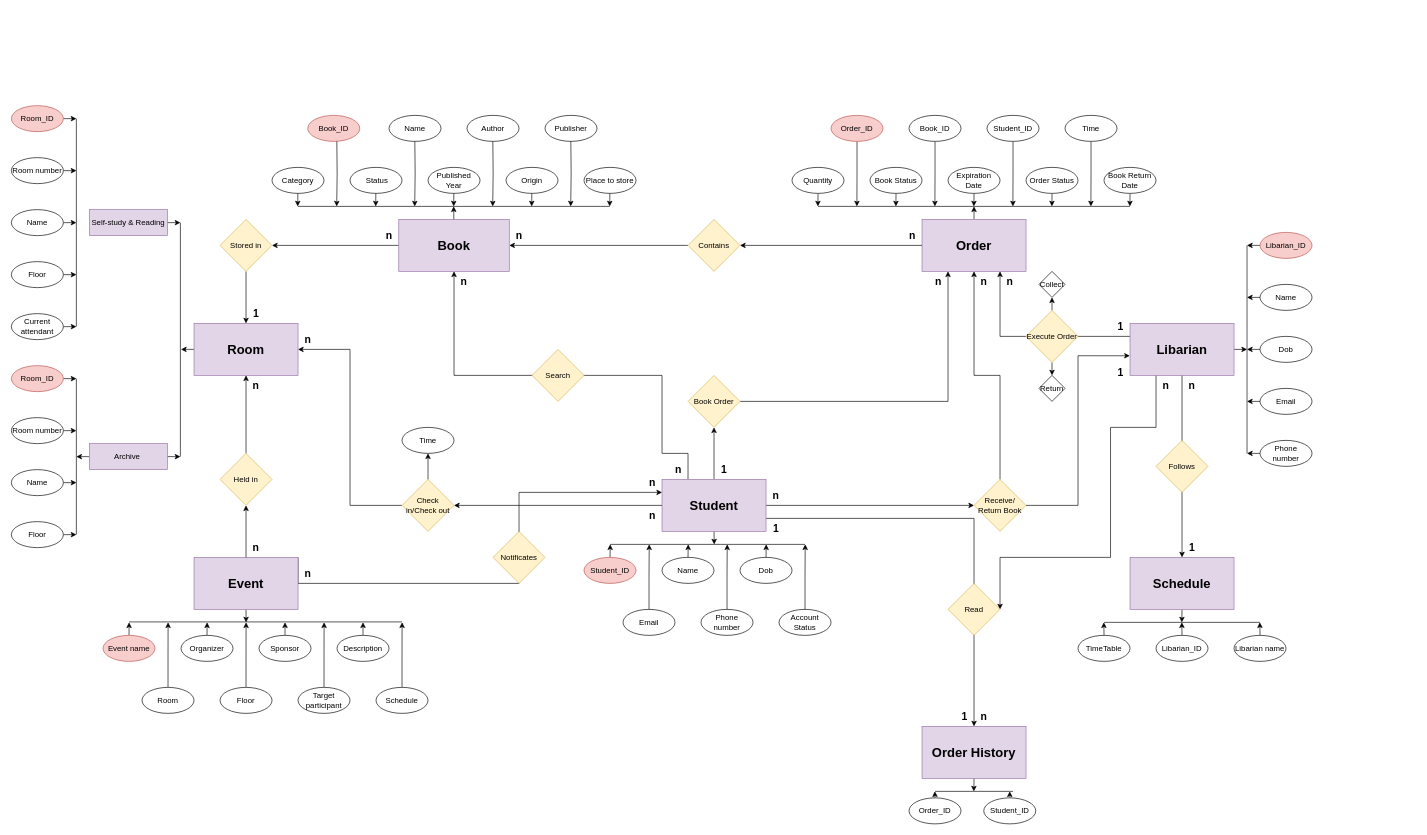
Before: erd.drawio in Dovanvu09/LibraryManagement, a draw.io diagram. Source tidied: cells renumbered, new cells numbered last; positions are measured from the earlier drawing's top-left corner, leaving out a move shared by most shapes. Both pictures are drawn from the tidied source at 65%, with x=0, y=0 at pixel (11, 105).
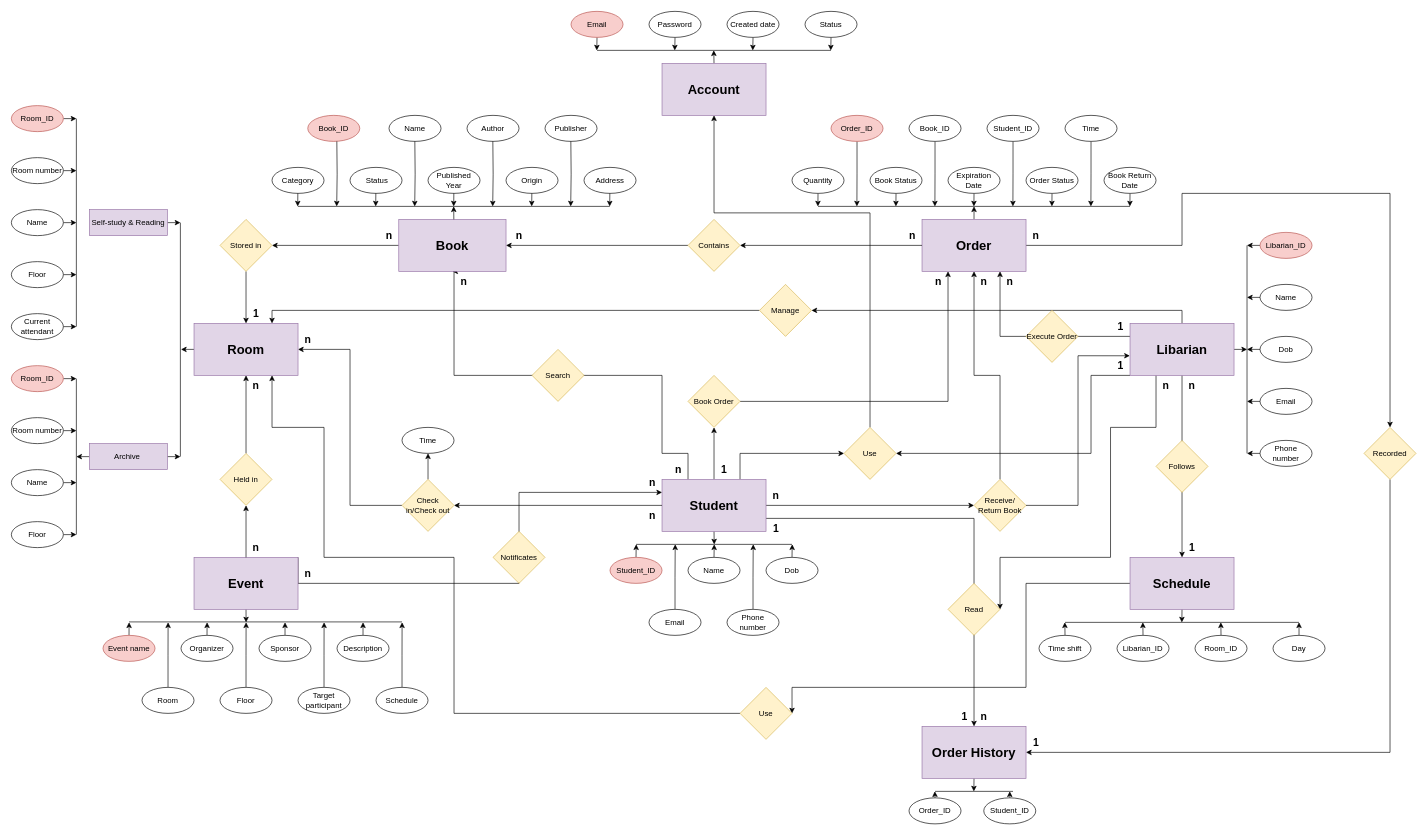
After the change.

Commit message (it also covers changes not shown here):
Cập nhật erd.drawio

The change refers to these unchanged cells:
```xml
<mxCell id="8" value="&lt;b&gt;&lt;font style=&quot;font-size: 20px;&quot;&gt;Student&lt;/font&gt;&lt;/b&gt;" style="rounded=0;whiteSpace=wrap;html=1;fillColor=#e1d5e7;strokeColor=#9673a6;" parent="1" vertex="1">
  <mxGeometry x="1001" y="575" width="160" height="80" as="geometry" />
</mxCell>
<mxCell id="15" value="&lt;b&gt;&lt;font style=&quot;font-size: 20px;&quot;&gt;Libarian&lt;/font&gt;&lt;/b&gt;" style="rounded=0;whiteSpace=wrap;html=1;fillColor=#e1d5e7;strokeColor=#9673a6;" parent="1" vertex="1">
  <mxGeometry x="1721" y="335" width="160" height="80" as="geometry" />
</mxCell>
<mxCell id="17" value="&lt;b&gt;&lt;font style=&quot;font-size: 20px;&quot;&gt;Room&lt;/font&gt;&lt;/b&gt;" style="rounded=0;whiteSpace=wrap;html=1;fillColor=#e1d5e7;strokeColor=#9673a6;" parent="1" vertex="1">
  <mxGeometry x="281" y="335" width="160" height="80" as="geometry" />
</mxCell>
<mxCell id="57" value="&lt;font style=&quot;font-size: 20px;&quot;&gt;&lt;b&gt;Schedule&lt;/b&gt;&lt;/font&gt;" style="rounded=0;whiteSpace=wrap;html=1;fillColor=#e1d5e7;strokeColor=#9673a6;" parent="1" vertex="1">
  <mxGeometry x="1721" y="695" width="160" height="80" as="geometry" />
</mxCell>
<mxCell id="84" value="&lt;b&gt;&lt;font style=&quot;font-size: 20px;&quot;&gt;Order&lt;/font&gt;&lt;/b&gt;" style="rounded=0;whiteSpace=wrap;html=1;fillColor=#e1d5e7;strokeColor=#9673a6;" parent="1" vertex="1">
  <mxGeometry x="1401" y="175" width="160" height="80" as="geometry" />
</mxCell>
<mxCell id="105" value="Execute Order" style="rhombus;whiteSpace=wrap;html=1;fillColor=#fff2cc;strokeColor=#d6b656;" parent="1" vertex="1">
  <mxGeometry x="1561" y="315" width="80" height="80" as="geometry" />
</mxCell>
<mxCell id="166" value="&lt;b&gt;&lt;font style=&quot;font-size: 20px;&quot;&gt;Order History&lt;/font&gt;&lt;/b&gt;" style="rounded=0;whiteSpace=wrap;html=1;fillColor=#e1d5e7;strokeColor=#9673a6;" parent="1" vertex="1">
  <mxGeometry x="1401" y="955" width="160" height="80" as="geometry" />
</mxCell>
```

The edit, as a diff of the source:
```diff
@@
+    <mxCell id="196" style="edgeStyle=orthogonalEdgeStyle;rounded=0;jettySize=auto;html=1;exitX=0.75;exitY=0;exitDx=0;exitDy=0;entryX=0;entryY=0.5;entryDx=0;entryDy=0;" parent="1" edge="1" source="8" target="223">
+      <mxGeometry relative="1" as="geometry" />
+    </mxCell>
@@
     <mxCell id="10" value="&lt;font style=&quot;font-size: 20px;&quot;&gt;&lt;b&gt;Book&lt;/b&gt;&lt;/font&gt;" style="rounded=0;whiteSpace=wrap;html=1;fillColor=#e1d5e7;strokeColor=#9673a6;" parent="1" vertex="1">
-      <mxGeometry x="596" y="175" width="170" height="80" as="geometry" />
+      <mxGeometry x="596" y="175" width="165" height="80" as="geometry" />
     </mxCell>
@@
+    <mxCell id="197" style="edgeStyle=orthogonalEdgeStyle;rounded=0;jettySize=auto;html=1;exitX=0.5;exitY=0;exitDx=0;exitDy=0;entryX=1;entryY=0.5;entryDx=0;entryDy=0;" parent="1" edge="1" source="15" target="204">
+      <mxGeometry relative="1" as="geometry" />
+    </mxCell>
+    <mxCell id="198" style="edgeStyle=orthogonalEdgeStyle;rounded=0;jettySize=auto;html=1;exitX=0;exitY=1;exitDx=0;exitDy=0;entryX=1;entryY=0.5;entryDx=0;entryDy=0;" parent="1" edge="1" source="15" target="223">
+      <mxGeometry relative="1" as="geometry">
+        <Array as="points">
+          <mxPoint x="1661" y="415" />
+          <mxPoint x="1661" y="535" />
+        </Array>
+      </mxGeometry>
+    </mxCell>
@@
     <mxCell id="18" style="edgeStyle=orthogonalEdgeStyle;rounded=0;jettySize=auto;html=1;exitX=0.5;exitY=0;exitDx=0;exitDy=0;" parent="1" edge="1" source="19">
       <mxGeometry relative="1" as="geometry">
-        <mxPoint x="921.3" y="675" as="targetPoint" />
+        <mxPoint x="961.3" y="675" as="targetPoint" />
       </mxGeometry>
     </mxCell>
     <mxCell id="19" value="Student_ID" style="ellipse;whiteSpace=wrap;html=1;fillColor=#f8cecc;strokeColor=#b85450;" parent="1" vertex="1">
-      <mxGeometry x="881" y="695" width="80" height="40" as="geometry" />
+      <mxGeometry x="921" y="695" width="80" height="40" as="geometry" />
     </mxCell>
     <mxCell id="20" style="edgeStyle=orthogonalEdgeStyle;rounded=0;jettySize=auto;html=1;exitX=0.5;exitY=0;exitDx=0;exitDy=0;" parent="1" edge="1" source="21">
       <mxGeometry relative="1" as="geometry">
-        <mxPoint x="1041.3" y="675" as="targetPoint" />
+        <mxPoint x="1081.3" y="675" as="targetPoint" />
       </mxGeometry>
     </mxCell>
     <mxCell id="21" value="Name" style="ellipse;whiteSpace=wrap;html=1;" parent="1" vertex="1">
-      <mxGeometry x="1001" y="695" width="80" height="40" as="geometry" />
+      <mxGeometry x="1041" y="695" width="80" height="40" as="geometry" />
     </mxCell>
@@
     <mxCell id="24" style="edgeStyle=orthogonalEdgeStyle;rounded=0;jettySize=auto;html=1;exitX=0.5;exitY=0;exitDx=0;exitDy=0;" parent="1" edge="1" source="25">
       <mxGeometry relative="1" as="geometry">
-        <mxPoint x="1101.3" y="675" as="targetPoint" />
+        <mxPoint x="1141.3" y="675" as="targetPoint" />
       </mxGeometry>
     </mxCell>
     <mxCell id="25" value="Phone number" style="ellipse;whiteSpace=wrap;html=1;" parent="1" vertex="1">
-      <mxGeometry x="1061" y="775" width="80" height="40" as="geometry" />
+      <mxGeometry x="1101" y="775" width="80" height="40" as="geometry" />
     </mxCell>
     <mxCell id="26" style="edgeStyle=orthogonalEdgeStyle;rounded=0;jettySize=auto;html=1;exitX=0.5;exitY=0;exitDx=0;exitDy=0;" parent="1" edge="1" source="27">
       <mxGeometry relative="1" as="geometry">
-        <mxPoint x="981.3" y="675" as="targetPoint" />
+        <mxPoint x="1021.3" y="675" as="targetPoint" />
       </mxGeometry>
     </mxCell>
     <mxCell id="27" value="Email" style="ellipse;whiteSpace=wrap;html=1;" parent="1" vertex="1">
-      <mxGeometry x="941" y="775" width="80" height="40" as="geometry" />
+      <mxGeometry x="981" y="775" width="80" height="40" as="geometry" />
     </mxCell>
     <mxCell id="28" style="edgeStyle=orthogonalEdgeStyle;rounded=0;jettySize=auto;html=1;exitX=0.5;exitY=0;exitDx=0;exitDy=0;" parent="1" edge="1" source="29">
       <mxGeometry relative="1" as="geometry">
-        <mxPoint x="1161.3" y="675" as="targetPoint" />
+        <mxPoint x="1201.3" y="675" as="targetPoint" />
       </mxGeometry>
     </mxCell>
     <mxCell id="29" value="Dob" style="ellipse;whiteSpace=wrap;html=1;" parent="1" vertex="1">
-      <mxGeometry x="1121" y="695" width="80" height="40" as="geometry" />
+      <mxGeometry x="1161" y="695" width="80" height="40" as="geometry" />
     </mxCell>
-    <mxCell id="30" style="edgeStyle=orthogonalEdgeStyle;rounded=0;jettySize=auto;html=1;exitX=0.5;exitY=0;exitDx=0;exitDy=0;" parent="1" edge="1" source="31">
-      <mxGeometry relative="1" as="geometry">
-        <mxPoint x="1221.3" y="675" as="targetPoint" />
-      </mxGeometry>
-    </mxCell>
-    <mxCell id="31" value="Account Status" style="ellipse;whiteSpace=wrap;html=1;" parent="1" vertex="1">
-      <mxGeometry x="1181" y="775" width="80" height="40" as="geometry" />
-    </mxCell>
@@
+    <mxCell id="199" style="edgeStyle=orthogonalEdgeStyle;rounded=0;jettySize=auto;html=1;exitX=0;exitY=0.5;exitDx=0;exitDy=0;entryX=1;entryY=0.5;entryDx=0;entryDy=0;" parent="1" edge="1" source="57" target="208">
+      <mxGeometry relative="1" as="geometry">
+        <Array as="points">
+          <mxPoint x="1561" y="735" />
+          <mxPoint x="1561" y="895" />
+          <mxPoint x="1201" y="895" />
+        </Array>
+      </mxGeometry>
+    </mxCell>
@@
     <mxCell id="58" style="edgeStyle=orthogonalEdgeStyle;rounded=0;jettySize=auto;html=1;exitX=0.5;exitY=0;exitDx=0;exitDy=0;" parent="1" edge="1" source="59">
       <mxGeometry relative="1" as="geometry">
-        <mxPoint x="1920.7" y="795" as="targetPoint" />
+        <mxPoint x="1860.7" y="795" as="targetPoint" />
       </mxGeometry>
     </mxCell>
-    <mxCell id="59" value="Libarian name" style="ellipse;whiteSpace=wrap;html=1;" parent="1" vertex="1">
-      <mxGeometry x="1881" y="815" width="80" height="40" as="geometry" />
+    <mxCell id="59" value="Room_ID" style="ellipse;whiteSpace=wrap;html=1;" parent="1" vertex="1">
+      <mxGeometry x="1821" y="815" width="80" height="40" as="geometry" />
     </mxCell>
     <mxCell id="60" style="edgeStyle=orthogonalEdgeStyle;rounded=0;jettySize=auto;html=1;exitX=0.5;exitY=0;exitDx=0;exitDy=0;" parent="1" edge="1" source="61">
       <mxGeometry relative="1" as="geometry">
-        <mxPoint x="1800.7" y="795" as="targetPoint" />
+        <mxPoint x="1740.7" y="795" as="targetPoint" />
       </mxGeometry>
     </mxCell>
     <mxCell id="61" value="Libarian_ID" style="ellipse;whiteSpace=wrap;html=1;" parent="1" vertex="1">
-      <mxGeometry x="1761" y="815" width="80" height="40" as="geometry" />
+      <mxGeometry x="1701" y="815" width="80" height="40" as="geometry" />
     </mxCell>
     <mxCell id="62" style="edgeStyle=orthogonalEdgeStyle;rounded=0;jettySize=auto;html=1;exitX=0.5;exitY=0;exitDx=0;exitDy=0;" parent="1" edge="1" source="63">
       <mxGeometry relative="1" as="geometry">
-        <mxPoint x="1680.7" y="795" as="targetPoint" />
+        <mxPoint x="1620.7" y="795" as="targetPoint" />
       </mxGeometry>
     </mxCell>
-    <mxCell id="63" value="TimeTable" style="ellipse;whiteSpace=wrap;html=1;" parent="1" vertex="1">
-      <mxGeometry x="1641" y="815" width="80" height="40" as="geometry" />
+    <mxCell id="63" value="Time shift" style="ellipse;whiteSpace=wrap;html=1;" parent="1" vertex="1">
+      <mxGeometry x="1581" y="815" width="80" height="40" as="geometry" />
     </mxCell>
@@
+    <mxCell id="200" style="edgeStyle=orthogonalEdgeStyle;rounded=0;jettySize=auto;html=1;exitX=1;exitY=0.5;exitDx=0;exitDy=0;entryX=0.5;entryY=0;entryDx=0;entryDy=0;" parent="1" edge="1" source="84" target="210">
+      <mxGeometry relative="1" as="geometry">
+        <Array as="points">
+          <mxPoint x="1801" y="215" />
+          <mxPoint x="1801" y="135" />
+          <mxPoint x="2121" y="135" />
+        </Array>
+      </mxGeometry>
+    </mxCell>
@@
-    <mxCell id="103" style="edgeStyle=orthogonalEdgeStyle;rounded=0;jettySize=auto;html=1;exitX=0.5;exitY=0;exitDx=0;exitDy=0;entryX=0.5;entryY=1;entryDx=0;entryDy=0;" parent="1" edge="1" source="105" target="162">
-      <mxGeometry relative="1" as="geometry" />
-    </mxCell>
-    <mxCell id="104" style="edgeStyle=orthogonalEdgeStyle;rounded=0;jettySize=auto;html=1;exitX=0.5;exitY=1;exitDx=0;exitDy=0;entryX=0.5;entryY=0;entryDx=0;entryDy=0;" parent="1" edge="1" source="105" target="163">
-      <mxGeometry relative="1" as="geometry" />
-    </mxCell>
@@
-    <mxCell id="123" value="Place to store" style="ellipse;whiteSpace=wrap;html=1;" parent="1" vertex="1">
+    <mxCell id="123" value="Address" style="ellipse;whiteSpace=wrap;html=1;" parent="1" vertex="1">
       <mxGeometry x="881" y="95" width="80" height="40" as="geometry" />
     </mxCell>
@@
     <mxCell id="136" style="endArrow=none;html=1;rounded=0;" parent="1" edge="1">
       <mxGeometry relative="1" as="geometry">
-        <mxPoint x="921" y="675" as="sourcePoint" />
-        <mxPoint x="1221" y="675" as="targetPoint" />
+        <mxPoint x="961" y="675" as="sourcePoint" />
+        <mxPoint x="1201" y="675" as="targetPoint" />
       </mxGeometry>
     </mxCell>
@@
     <mxCell id="138" style="endArrow=none;html=1;rounded=0;" parent="1" edge="1">
       <mxGeometry relative="1" as="geometry">
-        <mxPoint x="1681" y="795" as="sourcePoint" />
-        <mxPoint x="1921" y="795" as="targetPoint" />
+        <mxPoint x="1621" y="795" as="sourcePoint" />
+        <mxPoint x="1981" y="795" as="targetPoint" />
       </mxGeometry>
     </mxCell>
@@
     <mxCell id="148" value="&lt;b&gt;&lt;font style=&quot;font-size: 16px;&quot;&gt;1&lt;/font&gt;&lt;/b&gt;" style="text;html=1;align=center;verticalAlign=middle;strokeColor=none;fillColor=none;" parent="1" vertex="1">
-      <mxGeometry x="1691" y="395" width="30" height="30" as="geometry" />
+      <mxGeometry x="1691" y="385" width="30" height="30" as="geometry" />
     </mxCell>
@@
-    <mxCell id="162" value="Collect" style="rhombus;whiteSpace=wrap;html=1;" parent="1" vertex="1">
-      <mxGeometry x="1581" y="255" width="40" height="40" as="geometry" />
-    </mxCell>
-    <mxCell id="163" value="Return" style="rhombus;whiteSpace=wrap;html=1;" parent="1" vertex="1">
-      <mxGeometry x="1581" y="415" width="40" height="40" as="geometry" />
-    </mxCell>
@@
+    <mxCell id="201" style="edgeStyle=orthogonalEdgeStyle;rounded=0;jettySize=auto;html=1;exitX=0.5;exitY=0;exitDx=0;exitDy=0;" parent="1" edge="1" source="202">
+      <mxGeometry relative="1" as="geometry">
+        <mxPoint x="1981" y="795" as="targetPoint" />
+      </mxGeometry>
+    </mxCell>
+    <mxCell id="202" value="Day" style="ellipse;whiteSpace=wrap;html=1;" parent="1" vertex="1">
+      <mxGeometry x="1941" y="815" width="80" height="40" as="geometry" />
+    </mxCell>
+    <mxCell id="203" style="edgeStyle=orthogonalEdgeStyle;rounded=0;jettySize=auto;html=1;exitX=0;exitY=0.5;exitDx=0;exitDy=0;entryX=0.75;entryY=0;entryDx=0;entryDy=0;" parent="1" edge="1" source="204" target="17">
+      <mxGeometry relative="1" as="geometry">
+        <Array as="points">
+          <mxPoint x="401" y="315" />
+        </Array>
+      </mxGeometry>
+    </mxCell>
+    <mxCell id="204" value="Manage" style="rhombus;whiteSpace=wrap;html=1;fillColor=#fff2cc;strokeColor=#d6b656;" parent="1" vertex="1">
+      <mxGeometry x="1151" y="275" width="80" height="80" as="geometry" />
+    </mxCell>
+    <mxCell id="205" value="&lt;b&gt;&lt;font style=&quot;font-size: 16px;&quot;&gt;1&lt;/font&gt;&lt;/b&gt;" style="text;html=1;align=center;verticalAlign=middle;strokeColor=none;fillColor=none;" parent="1" vertex="1">
+      <mxGeometry x="1561" y="965" width="30" height="30" as="geometry" />
+    </mxCell>
+    <mxCell id="206" value="&lt;b&gt;&lt;font style=&quot;font-size: 16px;&quot;&gt;n&lt;/font&gt;&lt;/b&gt;" style="text;html=1;align=center;verticalAlign=middle;strokeColor=none;fillColor=none;" parent="1" vertex="1">
+      <mxGeometry x="1561" y="185" width="30" height="30" as="geometry" />
+    </mxCell>
+    <mxCell id="207" style="edgeStyle=orthogonalEdgeStyle;rounded=0;jettySize=auto;html=1;exitX=0;exitY=0.5;exitDx=0;exitDy=0;entryX=0.75;entryY=1;entryDx=0;entryDy=0;" parent="1" edge="1" source="208" target="17">
+      <mxGeometry relative="1" as="geometry">
+        <Array as="points">
+          <mxPoint x="681" y="935" />
+          <mxPoint x="681" y="695" />
+          <mxPoint x="481" y="695" />
+          <mxPoint x="481" y="495" />
+          <mxPoint x="401" y="495" />
+        </Array>
+      </mxGeometry>
+    </mxCell>
+    <mxCell id="208" value="Use" style="rhombus;whiteSpace=wrap;html=1;fillColor=#fff2cc;strokeColor=#d6b656;" parent="1" vertex="1">
+      <mxGeometry x="1121" y="895" width="80" height="80" as="geometry" />
+    </mxCell>
+    <mxCell id="209" style="edgeStyle=orthogonalEdgeStyle;rounded=0;jettySize=auto;html=1;exitX=0.5;exitY=1;exitDx=0;exitDy=0;entryX=1;entryY=0.5;entryDx=0;entryDy=0;" parent="1" edge="1" source="210" target="166">
+      <mxGeometry relative="1" as="geometry" />
+    </mxCell>
+    <mxCell id="210" value="Recorded" style="rhombus;whiteSpace=wrap;html=1;fillColor=#fff2cc;strokeColor=#d6b656;" parent="1" vertex="1">
+      <mxGeometry x="2081" y="495" width="80" height="80" as="geometry" />
+    </mxCell>
+    <mxCell id="211" style="edgeStyle=orthogonalEdgeStyle;rounded=0;jettySize=auto;html=1;exitX=0.5;exitY=0;exitDx=0;exitDy=0;" parent="1" edge="1" source="212">
+      <mxGeometry relative="1" as="geometry">
+        <mxPoint x="1080.6" y="-85" as="targetPoint" />
+      </mxGeometry>
+    </mxCell>
+    <mxCell id="212" value="&lt;font style=&quot;font-size: 20px;&quot;&gt;&lt;b&gt;Account&lt;/b&gt;&lt;/font&gt;" style="rounded=0;whiteSpace=wrap;html=1;fillColor=#e1d5e7;strokeColor=#9673a6;" parent="1" vertex="1">
+      <mxGeometry x="1001" y="-65" width="160" height="80" as="geometry" />
+    </mxCell>
+    <mxCell id="213" style="edgeStyle=orthogonalEdgeStyle;rounded=0;jettySize=auto;html=1;exitX=0.5;exitY=1;exitDx=0;exitDy=0;" parent="1" edge="1" source="214">
+      <mxGeometry relative="1" as="geometry">
+        <mxPoint x="1020.6" y="-85" as="targetPoint" />
+      </mxGeometry>
+    </mxCell>
+    <mxCell id="214" value="Password" style="ellipse;whiteSpace=wrap;html=1;" parent="1" vertex="1">
+      <mxGeometry x="981" y="-145" width="80" height="40" as="geometry" />
+    </mxCell>
+    <mxCell id="215" style="edgeStyle=orthogonalEdgeStyle;rounded=0;jettySize=auto;html=1;exitX=0.5;exitY=1;exitDx=0;exitDy=0;" parent="1" edge="1" source="216">
+      <mxGeometry relative="1" as="geometry">
+        <mxPoint x="1140.6" y="-85" as="targetPoint" />
+      </mxGeometry>
+    </mxCell>
+    <mxCell id="216" value="Created date" style="ellipse;whiteSpace=wrap;html=1;" parent="1" vertex="1">
+      <mxGeometry x="1101" y="-145" width="80" height="40" as="geometry" />
+    </mxCell>
+    <mxCell id="217" style="edgeStyle=orthogonalEdgeStyle;rounded=0;jettySize=auto;html=1;exitX=0.5;exitY=1;exitDx=0;exitDy=0;" parent="1" edge="1" source="218">
+      <mxGeometry relative="1" as="geometry">
+        <mxPoint x="900.6" y="-85" as="targetPoint" />
+      </mxGeometry>
+    </mxCell>
+    <mxCell id="218" value="Email" style="ellipse;whiteSpace=wrap;html=1;fillColor=#f8cecc;strokeColor=#b85450;" parent="1" vertex="1">
+      <mxGeometry x="861" y="-145" width="80" height="40" as="geometry" />
+    </mxCell>
+    <mxCell id="219" style="edgeStyle=orthogonalEdgeStyle;rounded=0;jettySize=auto;html=1;exitX=0.5;exitY=1;exitDx=0;exitDy=0;" parent="1" edge="1" source="220">
+      <mxGeometry relative="1" as="geometry">
+        <mxPoint x="1260.6" y="-85" as="targetPoint" />
+      </mxGeometry>
+    </mxCell>
+    <mxCell id="220" value="Status" style="ellipse;whiteSpace=wrap;html=1;" parent="1" vertex="1">
+      <mxGeometry x="1221" y="-145" width="80" height="40" as="geometry" />
+    </mxCell>
+    <mxCell id="221" style="endArrow=none;html=1;rounded=0;" parent="1" edge="1">
+      <mxGeometry relative="1" as="geometry">
+        <mxPoint x="901" y="-85" as="sourcePoint" />
+        <mxPoint x="1261" y="-85" as="targetPoint" />
+      </mxGeometry>
+    </mxCell>
+    <mxCell id="222" style="edgeStyle=orthogonalEdgeStyle;rounded=0;jettySize=auto;html=1;exitX=0.5;exitY=0;exitDx=0;exitDy=0;entryX=0.5;entryY=1;entryDx=0;entryDy=0;" parent="1" edge="1" source="223" target="212">
+      <mxGeometry relative="1" as="geometry">
+        <Array as="points">
+          <mxPoint x="1321" y="165" />
+          <mxPoint x="1081" y="165" />
+        </Array>
+      </mxGeometry>
+    </mxCell>
+    <mxCell id="223" value="Use" style="rhombus;whiteSpace=wrap;html=1;fillColor=#fff2cc;strokeColor=#d6b656;" parent="1" vertex="1">
+      <mxGeometry x="1281" y="495" width="80" height="80" as="geometry" />
+    </mxCell>
```
